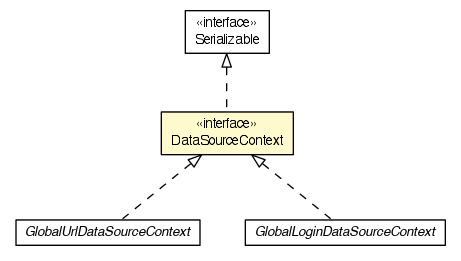
dayatang/dddlib keeps this Graphviz diagram as apidocs/org/dayatang/dsrouter/context/DataSourceContext.png. Above is the earlier version. Its source is kept beside it as apidocs/org/dayatang/dsrouter/context/DataSourceContext.dot.
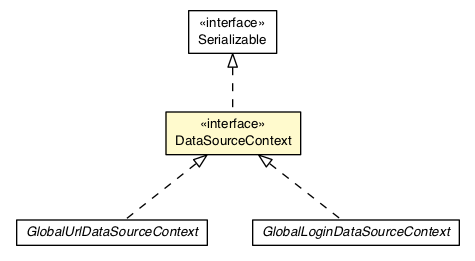
After the change.

Diff of the diagram source:
```diff
@@ -4,26 +4,26 @@
 	node [fontname="Helvetica",fontsize=10,shape=plaintext];
 	nodesep=0.25;
 	ranksep=0.5;
-	c36220 [label=<<table title="org.dayatang.dsrouter.context.GlobalUrlDataSourceContext" border="0" cellborder="1" cellspacing="0" cellpadding="2" port="p" href="./GlobalUrlDataSourceContext.html">
+	c36350 [label=<<table title="org.dayatang.dsrouter.context.GlobalUrlDataSourceContext" border="0" cellborder="1" cellspacing="0" cellpadding="2" port="p" href="./GlobalUrlDataSourceContext.html">
 		<tr><td><table border="0" cellspacing="0" cellpadding="1">
 <tr><td align="center" balign="center"><font face="Helvetica-Oblique"> GlobalUrlDataSourceContext </font></td></tr>
 		</table></td></tr>
 		</table>>, URL="./GlobalUrlDataSourceContext.html", fontname="Helvetica", fontcolor="black", fontsize=10.0];
-	c36221 [label=<<table title="org.dayatang.dsrouter.context.GlobalLoginDataSourceContext" border="0" cellborder="1" cellspacing="0" cellpadding="2" port="p" href="./GlobalLoginDataSourceContext.html">
+	c36351 [label=<<table title="org.dayatang.dsrouter.context.GlobalLoginDataSourceContext" border="0" cellborder="1" cellspacing="0" cellpadding="2" port="p" href="./GlobalLoginDataSourceContext.html">
 		<tr><td><table border="0" cellspacing="0" cellpadding="1">
 <tr><td align="center" balign="center"><font face="Helvetica-Oblique"> GlobalLoginDataSourceContext </font></td></tr>
 		</table></td></tr>
 		</table>>, URL="./GlobalLoginDataSourceContext.html", fontname="Helvetica", fontcolor="black", fontsize=10.0];
-	c36222 [label=<<table title="org.dayatang.dsrouter.context.DataSourceContext" border="0" cellborder="1" cellspacing="0" cellpadding="2" port="p" bgcolor="lemonChiffon" href="./DataSourceContext.html">
+	c36352 [label=<<table title="org.dayatang.dsrouter.context.DataSourceContext" border="0" cellborder="1" cellspacing="0" cellpadding="2" port="p" bgcolor="lemonChiffon" href="./DataSourceContext.html">
 		<tr><td><table border="0" cellspacing="0" cellpadding="1">
 <tr><td align="center" balign="center"> &#171;interface&#187; </td></tr>
 <tr><td align="center" balign="center"> DataSourceContext </td></tr>
 		</table></td></tr>
 		</table>>, URL="./DataSourceContext.html", fontname="Helvetica", fontcolor="black", fontsize=10.0];
-	c36222:p -> c36220:p [dir=back,arrowtail=empty,style=dashed];
-	c36222:p -> c36221:p [dir=back,arrowtail=empty,style=dashed];
-	c36292:p -> c36222:p [dir=back,arrowtail=empty,style=dashed];
-	c36292 [label=<<table title="java.io.Serializable" border="0" cellborder="1" cellspacing="0" cellpadding="2" port="p" href="http://download.oracle.com/javase/7/docs/api/java/io/Serializable.html">
+	c36352:p -> c36350:p [dir=back,arrowtail=empty,style=dashed];
+	c36352:p -> c36351:p [dir=back,arrowtail=empty,style=dashed];
+	c36422:p -> c36352:p [dir=back,arrowtail=empty,style=dashed];
+	c36422 [label=<<table title="java.io.Serializable" border="0" cellborder="1" cellspacing="0" cellpadding="2" port="p" href="http://download.oracle.com/javase/7/docs/api/java/io/Serializable.html">
 		<tr><td><table border="0" cellspacing="0" cellpadding="1">
 <tr><td align="center" balign="center"> &#171;interface&#187; </td></tr>
 <tr><td align="center" balign="center"> Serializable </td></tr>
```
